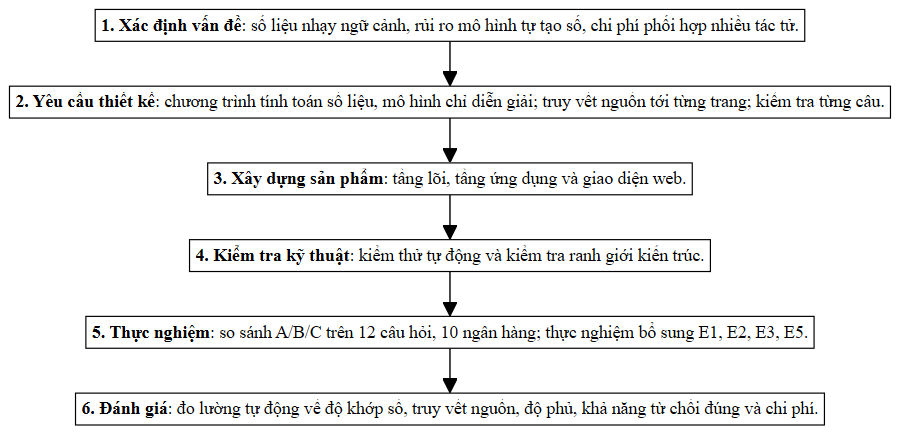
Before: docs/thesis-v2/figures/hinh-3-1-quy-trinh-dsr.png, a diagram exported from Mermaid (thaicuong576/final-thesis). Its source is kept beside it as docs/thesis-v2/figures/hinh-3-1-quy-trinh-dsr.mmd.
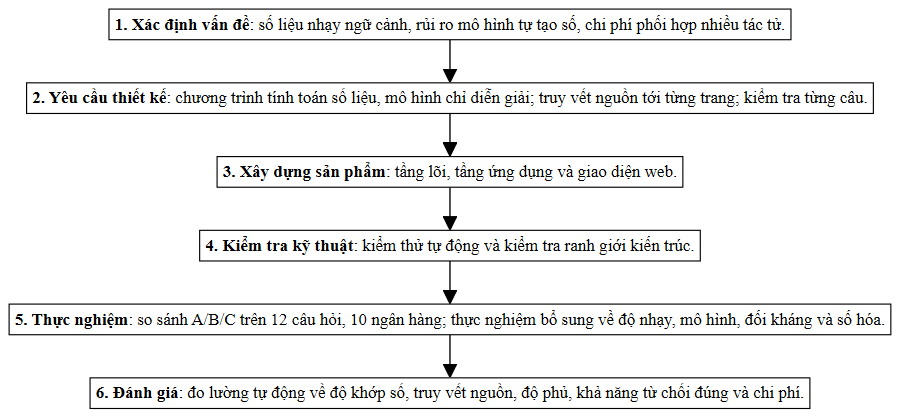
Above is the later version.

The edit, as a diff of the source:
```diff
@@ -3,6 +3,6 @@
     S2["<b>2. Yêu cầu thiết kế</b>: chương trình tính toán số liệu, mô hình chỉ diễn giải; truy vết nguồn tới từng trang; kiểm tra từng câu."]
     S3["<b>3. Xây dựng sản phẩm</b>: tầng lõi, tầng ứng dụng và giao diện web."]
     S4["<b>4. Kiểm tra kỹ thuật</b>: kiểm thử tự động và kiểm tra ranh giới kiến trúc."]
-    S5["<b>5. Thực nghiệm</b>: so sánh A/B/C trên 12 câu hỏi, 10 ngân hàng; thực nghiệm bổ sung E1, E2, E3, E5."]
+    S5["<b>5. Thực nghiệm</b>: so sánh A/B/C trên 12 câu hỏi, 10 ngân hàng; thực nghiệm bổ sung về độ nhạy, mô hình, đối kháng và số hóa."]
     S6["<b>6. Đánh giá</b>: đo lường tự động về độ khớp số, truy vết nguồn, độ phủ, khả năng từ chối đúng và chi phí."]
     S1 --> S2 --> S3 --> S4 --> S5 --> S6
```
